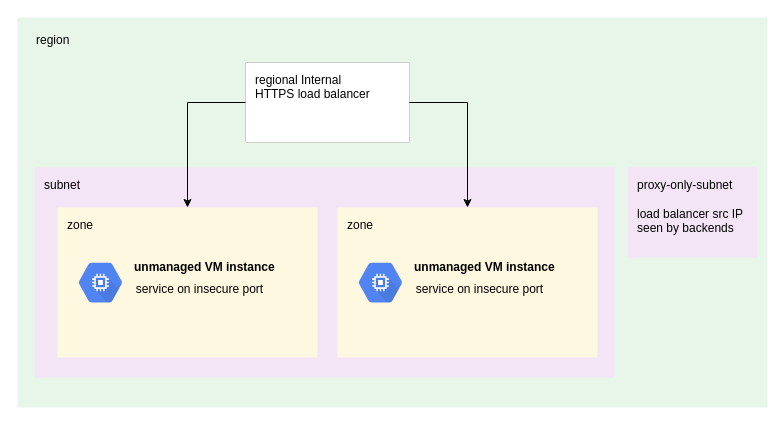
fabianlee/gcp-https-lb-vms-cloudfunc keeps this draw.io diagram as diagrams/gcp-int-https-lb-overview.drawio. Above is the earlier version. Source tidied: cells renumbered, new cells numbered last; positions are measured from the earlier drawing's top-left corner, leaving out a move shared by most shapes. Both pictures are drawn from the tidied source at 100%, with x=0, y=0 at pixel (17, 17).
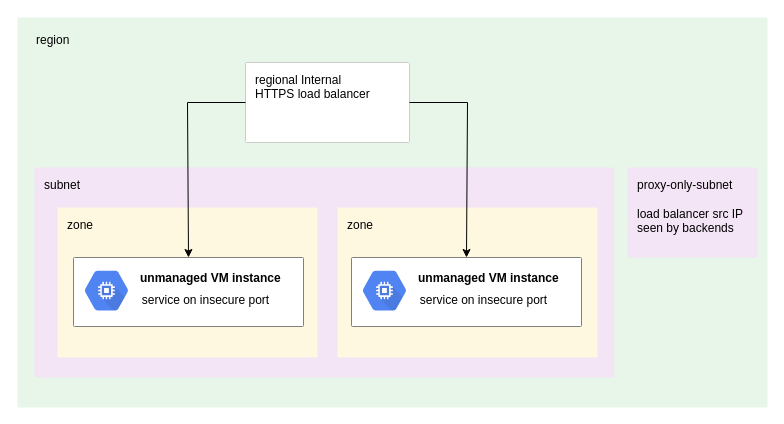
The same page after the edit.

Unchanged cells that the change refers to:
```xml
<mxCell id="4" value="zone" style="sketch=0;points=[[0,0,0],[0.25,0,0],[0.5,0,0],[0.75,0,0],[1,0,0],[1,0.25,0],[1,0.5,0],[1,0.75,0],[1,1,0],[0.75,1,0],[0.5,1,0],[0.25,1,0],[0,1,0],[0,0.75,0],[0,0.5,0],[0,0.25,0]];rounded=1;absoluteArcSize=1;arcSize=2;html=1;strokeColor=none;gradientColor=none;shadow=0;dashed=0;fontSize=12;fontColor=#000000;align=left;verticalAlign=top;spacing=10;spacingTop=-4;fillColor=#FFF8E1;" parent="1" vertex="1">
  <mxGeometry x="40" y="190" width="260" height="150" as="geometry" />
</mxCell>
<mxCell id="8" value="zone" style="sketch=0;points=[[0,0,0],[0.25,0,0],[0.5,0,0],[0.75,0,0],[1,0,0],[1,0.25,0],[1,0.5,0],[1,0.75,0],[1,1,0],[0.75,1,0],[0.5,1,0],[0.25,1,0],[0,1,0],[0,0.75,0],[0,0.5,0],[0,0.25,0]];rounded=1;absoluteArcSize=1;arcSize=2;html=1;strokeColor=none;gradientColor=none;shadow=0;dashed=0;fontSize=12;fontColor=#000000;align=left;verticalAlign=top;spacing=10;spacingTop=-4;fillColor=#FFF8E1;" parent="1" vertex="1">
  <mxGeometry x="320" y="190" width="260" height="150" as="geometry" />
</mxCell>
<mxCell id="12" value="&lt;div&gt;regional Internal&lt;/div&gt;&lt;div&gt;HTTPS load balancer&lt;br&gt;&lt;/div&gt;" style="sketch=0;points=[[0,0,0],[0.25,0,0],[0.5,0,0],[0.75,0,0],[1,0,0],[1,0.25,0],[1,0.5,0],[1,0.75,0],[1,1,0],[0.75,1,0],[0.5,1,0],[0.25,1,0],[0,1,0],[0,0.75,0],[0,0.5,0],[0,0.25,0]];rounded=1;absoluteArcSize=1;arcSize=2;html=1;strokeColor=#CCCCCC;gradientColor=none;shadow=0;dashed=0;fontSize=12;fontColor=#000000;align=left;verticalAlign=top;spacing=10;spacingTop=-4;fillColor=#FFFFFF;strokeWidth=1;" parent="1" vertex="1">
  <mxGeometry x="228" y="45" width="164" height="80" as="geometry" />
</mxCell>
```

The edit, as a diff of the source:
```diff
@@
-    <mxCell id="5" style="sketch=0;html=1;fillColor=#5184F3;strokeColor=none;verticalAlign=top;labelPosition=center;verticalLabelPosition=bottom;align=center;spacingTop=-6;fontSize=11;fontStyle=1;shape=mxgraph.gcp2.hexIcon;prIcon=compute_engine;" parent="1" vertex="1">
-      <mxGeometry x="50" y="235.8" width="66" height="58.5" as="geometry" />
-    </mxCell>
-    <mxCell id="6" value="&lt;p style=&quot;line-height: 1.8&quot;&gt;&lt;/p&gt;&lt;div&gt;&lt;b&gt;unmanaged VM instance&lt;/b&gt;&lt;/div&gt;&lt;p&gt;&lt;/p&gt;" style="text;html=1;align=left;verticalAlign=middle;fillColor=none;strokeColor=none;rounded=0;" parent="1" vertex="1">
-      <mxGeometry x="115" y="230" width="160" height="40" as="geometry" />
-    </mxCell>
-    <mxCell id="7" value="&lt;div align=&quot;left&quot;&gt;service on insecure port&lt;br&gt;&lt;/div&gt;" style="text;html=1;align=center;verticalAlign=middle;fillColor=none;strokeColor=none;rounded=0;" parent="1" vertex="1">
-      <mxGeometry x="112" y="262" width="140" height="20" as="geometry" />
-    </mxCell>
@@
-    <mxCell id="9" style="sketch=0;html=1;fillColor=#5184F3;strokeColor=none;verticalAlign=top;labelPosition=center;verticalLabelPosition=bottom;align=center;spacingTop=-6;fontSize=11;fontStyle=1;shape=mxgraph.gcp2.hexIcon;prIcon=compute_engine;" parent="1" vertex="1">
-      <mxGeometry x="330" y="235.8" width="66" height="58.5" as="geometry" />
-    </mxCell>
-    <mxCell id="10" value="&lt;p style=&quot;line-height: 1.8&quot;&gt;&lt;/p&gt;&lt;div&gt;&lt;b&gt;unmanaged VM instance&lt;/b&gt;&lt;/div&gt;&lt;p&gt;&lt;/p&gt;" style="text;html=1;align=left;verticalAlign=middle;fillColor=none;strokeColor=none;rounded=0;" parent="1" vertex="1">
-      <mxGeometry x="395" y="230" width="160" height="40" as="geometry" />
-    </mxCell>
-    <mxCell id="11" value="&lt;div align=&quot;left&quot;&gt;service on insecure port&lt;br&gt;&lt;/div&gt;" style="text;html=1;align=center;verticalAlign=middle;fillColor=none;strokeColor=none;rounded=0;" parent="1" vertex="1">
-      <mxGeometry x="392" y="262" width="140" height="20" as="geometry" />
-    </mxCell>
@@
-    <mxCell id="13" style="endArrow=classic;html=1;rounded=0;fontColor=#000000;entryX=0.5;entryY=0;entryDx=0;entryDy=0;entryPerimeter=0;exitX=0;exitY=0.5;exitDx=0;exitDy=0;exitPerimeter=0;" parent="1" edge="1" source="12" target="4">
+    <mxCell id="13" style="endArrow=classic;html=1;rounded=0;fontColor=#000000;entryX=0.5;entryY=0;entryDx=0;entryDy=0;entryPerimeter=0;exitX=0;exitY=0.5;exitDx=0;exitDy=0;exitPerimeter=0;" parent="1" edge="1" source="12" target="18">
       <mxGeometry relative="1" as="geometry">
         <Array as="points">
           <mxPoint x="170" y="85" />
         </Array>
       </mxGeometry>
     </mxCell>
-    <mxCell id="14" style="endArrow=classic;html=1;rounded=0;fontColor=#000000;exitX=1;exitY=0.5;exitDx=0;exitDy=0;exitPerimeter=0;entryX=0.5;entryY=0;entryDx=0;entryDy=0;entryPerimeter=0;" parent="1" edge="1" source="12" target="8">
+    <mxCell id="14" style="endArrow=classic;html=1;rounded=0;fontColor=#000000;exitX=1;exitY=0.5;exitDx=0;exitDy=0;exitPerimeter=0;entryX=0.5;entryY=0;entryDx=0;entryDy=0;entryPerimeter=0;" parent="1" edge="1" source="12" target="20">
       <mxGeometry relative="1" as="geometry">
         <Array as="points">
           <mxPoint x="450" y="85" />
         </Array>
       </mxGeometry>
     </mxCell>
@@
+    <mxCell id="17" style="group;" parent="1" vertex="1">
+      <mxGeometry x="56" y="240" width="230" height="69" as="geometry" />
+    </mxCell>
+    <mxCell id="18" style="sketch=0;points=[[0,0,0],[0.25,0,0],[0.5,0,0],[0.75,0,0],[1,0,0],[1,0.25,0],[1,0.5,0],[1,0.75,0],[1,1,0],[0.75,1,0],[0.5,1,0],[0.25,1,0],[0,1,0],[0,0.75,0],[0,0.5,0],[0,0.25,0]];rounded=1;absoluteArcSize=1;arcSize=2;html=1;strokeColor=#808080;gradientColor=none;shadow=0;dashed=0;fontSize=12;fontColor=#9E9E9E;align=left;verticalAlign=top;spacing=10;spacingTop=-4;" parent="17" vertex="1">
+      <mxGeometry width="230" height="69" as="geometry" />
+    </mxCell>
+    <mxCell id="5" style="sketch=0;html=1;fillColor=#5184F3;strokeColor=none;verticalAlign=top;labelPosition=center;verticalLabelPosition=bottom;align=center;spacingTop=-6;fontSize=11;fontStyle=1;shape=mxgraph.gcp2.hexIcon;prIcon=compute_engine;" parent="17" vertex="1">
+      <mxGeometry y="3.8" width="66" height="58.5" as="geometry" />
+    </mxCell>
+    <mxCell id="6" value="&lt;p style=&quot;line-height: 1.8&quot;&gt;&lt;/p&gt;&lt;div&gt;&lt;b&gt;unmanaged VM instance&lt;/b&gt;&lt;/div&gt;&lt;p&gt;&lt;/p&gt;" style="text;html=1;align=left;verticalAlign=middle;fillColor=none;strokeColor=none;rounded=0;" parent="17" vertex="1">
+      <mxGeometry x="65" y="1" width="160" height="40" as="geometry" />
+    </mxCell>
+    <mxCell id="7" value="&lt;div align=&quot;left&quot;&gt;service on insecure port&lt;br&gt;&lt;/div&gt;" style="text;html=1;align=center;verticalAlign=middle;fillColor=none;strokeColor=none;rounded=0;" parent="17" vertex="1">
+      <mxGeometry x="62" y="33" width="140" height="20" as="geometry" />
+    </mxCell>
+    <mxCell id="19" style="group;" parent="1" vertex="1">
+      <mxGeometry x="334" y="240" width="230" height="69" as="geometry" />
+    </mxCell>
+    <mxCell id="20" style="sketch=0;points=[[0,0,0],[0.25,0,0],[0.5,0,0],[0.75,0,0],[1,0,0],[1,0.25,0],[1,0.5,0],[1,0.75,0],[1,1,0],[0.75,1,0],[0.5,1,0],[0.25,1,0],[0,1,0],[0,0.75,0],[0,0.5,0],[0,0.25,0]];rounded=1;absoluteArcSize=1;arcSize=2;html=1;strokeColor=#808080;gradientColor=none;shadow=0;dashed=0;fontSize=12;fontColor=#9E9E9E;align=left;verticalAlign=top;spacing=10;spacingTop=-4;" parent="19" vertex="1">
+      <mxGeometry width="230" height="69" as="geometry" />
+    </mxCell>
+    <mxCell id="21" style="sketch=0;html=1;fillColor=#5184F3;strokeColor=none;verticalAlign=top;labelPosition=center;verticalLabelPosition=bottom;align=center;spacingTop=-6;fontSize=11;fontStyle=1;shape=mxgraph.gcp2.hexIcon;prIcon=compute_engine;" parent="19" vertex="1">
+      <mxGeometry y="3.8" width="66" height="58.5" as="geometry" />
+    </mxCell>
+    <mxCell id="10" value="&lt;p style=&quot;line-height: 1.8&quot;&gt;&lt;/p&gt;&lt;div&gt;&lt;b&gt;unmanaged VM instance&lt;/b&gt;&lt;/div&gt;&lt;p&gt;&lt;/p&gt;" style="text;html=1;align=left;verticalAlign=middle;fillColor=none;strokeColor=none;rounded=0;" parent="19" vertex="1">
+      <mxGeometry x="65" y="1" width="160" height="40" as="geometry" />
+    </mxCell>
+    <mxCell id="11" value="&lt;div align=&quot;left&quot;&gt;service on insecure port&lt;br&gt;&lt;/div&gt;" style="text;html=1;align=center;verticalAlign=middle;fillColor=none;strokeColor=none;rounded=0;" parent="19" vertex="1">
+      <mxGeometry x="62" y="33" width="140" height="20" as="geometry" />
+    </mxCell>
```
